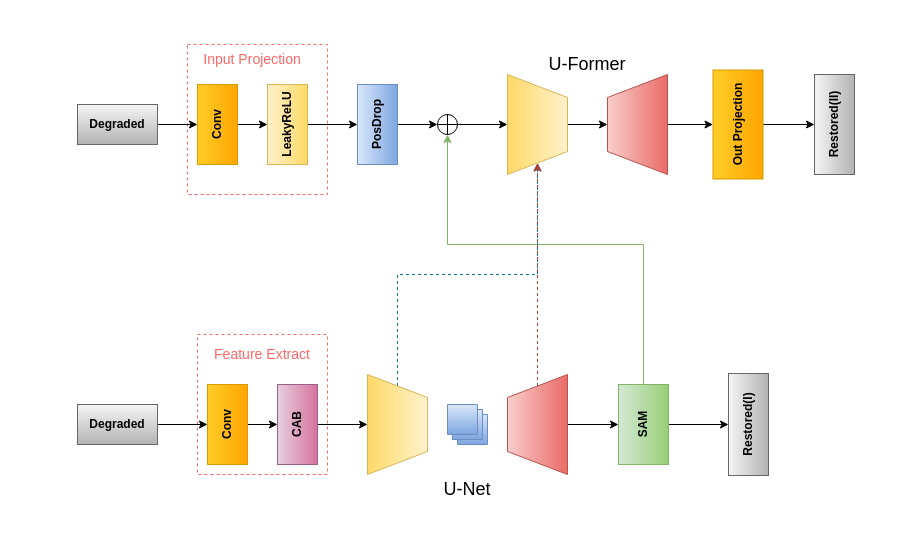
user815886724/CycleGan keeps this draw.io diagram as Untitled Diagram.drawio. Above is the earlier version. Source tidied: cells renumbered, new cells numbered last; positions are measured from the earlier drawing's top-left corner, leaving out a move shared by most shapes. Both pictures are drawn from the tidied source at 100%, with x=0, y=0 at pixel (77, 44).
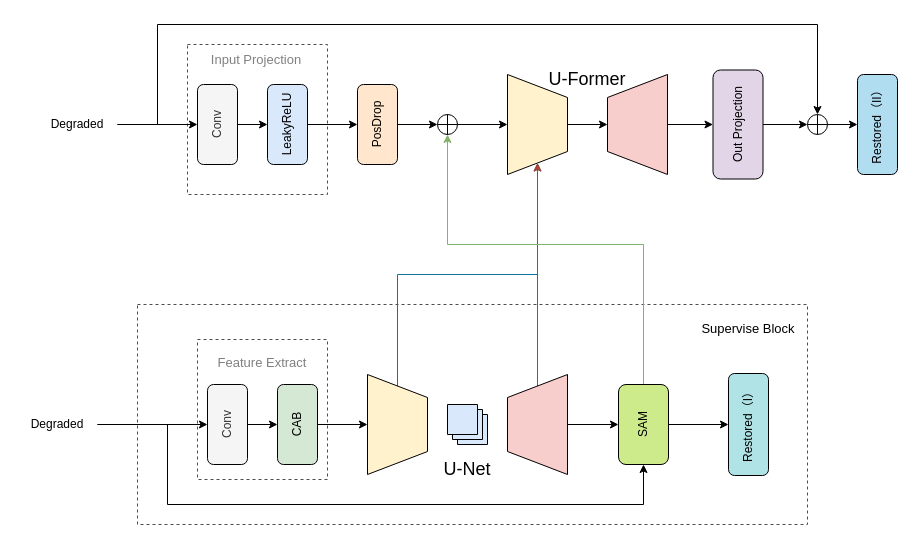
The same page after the edit.

What changed in the source:
```diff
@@
+    <mxCell id="41" value="&lt;pre style=&quot;background-color: rgb(255 , 255 , 255) ; font-family: &amp;quot;jetbrains mono&amp;quot; , monospace ; font-size: 10px&quot;&gt;&lt;br&gt;&lt;/pre&gt;" style="rounded=0;whiteSpace=wrap;html=1;verticalAlign=top;fillColor=none;align=left;dashed=1;strokeColor=#4D4D4D;fontColor=default;" parent="1" vertex="1">
+      <mxGeometry x="60" y="260" width="670" height="220" as="geometry" />
+    </mxCell>
-    <mxCell id="2" value="&lt;pre style=&quot;background-color: rgb(255 , 255 , 255) ; font-family: &amp;#34;jetbrains mono&amp;#34; , monospace ; font-size: 10px&quot;&gt;&lt;br&gt;&lt;/pre&gt;" style="rounded=0;whiteSpace=wrap;html=1;verticalAlign=top;fillColor=none;align=center;dashed=1;strokeColor=#FF6666;" parent="1" vertex="1">
+    <mxCell id="2" value="&lt;pre style=&quot;background-color: rgb(255 , 255 , 255) ; font-family: &amp;quot;jetbrains mono&amp;quot; , monospace ; font-size: 10px&quot;&gt;&lt;br&gt;&lt;/pre&gt;" style="rounded=0;whiteSpace=wrap;html=1;verticalAlign=top;fillColor=none;align=center;dashed=1;strokeColor=#4D4D4D;fontColor=default;" parent="1" vertex="1">
       <mxGeometry x="110" width="140" height="150" as="geometry" />
     </mxCell>
-    <mxCell id="3" value="&lt;pre style=&quot;background-color: rgb(255 , 255 , 255) ; font-family: &amp;#34;jetbrains mono&amp;#34; , monospace ; font-size: 10px&quot;&gt;&lt;br&gt;&lt;/pre&gt;" style="rounded=0;whiteSpace=wrap;html=1;verticalAlign=top;fillColor=none;align=center;dashed=1;strokeColor=#FF6666;" parent="1" vertex="1">
-      <mxGeometry x="120" y="290" width="130" height="140" as="geometry" />
+    <mxCell id="3" value="&lt;pre style=&quot;background-color: rgb(255 , 255 , 255) ; font-family: &amp;quot;jetbrains mono&amp;quot; , monospace ; font-size: 10px&quot;&gt;&lt;br&gt;&lt;/pre&gt;" style="rounded=0;whiteSpace=wrap;html=1;verticalAlign=top;fillColor=none;align=center;dashed=1;strokeColor=#4D4D4D;fontColor=#666666;" parent="1" vertex="1">
+      <mxGeometry x="120" y="295" width="130" height="140" as="geometry" />
     </mxCell>
@@
+    <mxCell id="42" style="edgeStyle=orthogonalEdgeStyle;rounded=0;jettySize=auto;html=1;exitX=1;exitY=0.5;exitDx=0;exitDy=0;entryX=0;entryY=0.5;entryDx=0;entryDy=0;labelBackgroundColor=default;fontSize=13;fontColor=default;strokeColor=default;" parent="1" edge="1" source="5" target="17">
+      <mxGeometry relative="1" as="geometry">
+        <Array as="points">
+          <mxPoint x="90" y="380" />
+          <mxPoint x="90" y="460" />
+          <mxPoint x="566" y="460" />
+        </Array>
+      </mxGeometry>
+    </mxCell>
-    <mxCell id="5" value="&lt;b&gt;Degraded&lt;/b&gt;" style="rounded=0;whiteSpace=wrap;html=1;gradientColor=#b3b3b3;fillColor=#f5f5f5;strokeColor=#666666;" parent="1" vertex="1">
-      <mxGeometry y="360" width="80" height="40" as="geometry" />
+    <mxCell id="5" value="Degraded" style="rounded=0;whiteSpace=wrap;html=1;fillColor=none;strokeColor=none;fontColor=default;" parent="1" vertex="1">
+      <mxGeometry x="-60" y="360" width="80" height="40" as="geometry" />
     </mxCell>
@@
-    <mxCell id="7" value="&lt;b&gt;Conv&lt;/b&gt;" style="rounded=0;whiteSpace=wrap;html=1;rotation=-90;verticalAlign=middle;gradientColor=#ffa500;fillColor=#ffcd28;strokeColor=#d79b00;" parent="1" vertex="1">
+    <mxCell id="7" value="Conv" style="rounded=1;whiteSpace=wrap;html=1;rotation=-90;verticalAlign=middle;fillColor=#f5f5f5;strokeColor=#000000;fontColor=#333333;" parent="1" vertex="1">
       <mxGeometry x="110" y="360" width="80" height="40" as="geometry" />
     </mxCell>
@@
-    <mxCell id="9" value="&lt;b&gt;CAB&lt;/b&gt;" style="rounded=0;whiteSpace=wrap;html=1;rotation=-90;verticalAlign=middle;gradientColor=#d5739d;fillColor=#e6d0de;strokeColor=#996185;" parent="1" vertex="1">
+    <mxCell id="9" value="CAB" style="rounded=1;whiteSpace=wrap;html=1;rotation=-90;verticalAlign=middle;fillColor=#d5e8d4;strokeColor=#000000;fontColor=default;" parent="1" vertex="1">
       <mxGeometry x="180" y="360" width="80" height="40" as="geometry" />
     </mxCell>
-    <mxCell id="10" style="edgeStyle=orthogonalEdgeStyle;rounded=0;jettySize=auto;html=1;exitX=1;exitY=0.5;exitDx=0;exitDy=0;fontColor=#FF170F;dashed=1;fillColor=#b1ddf0;strokeColor=#10739e;" parent="1" edge="1" source="11" target="23">
+    <mxCell id="10" style="edgeStyle=orthogonalEdgeStyle;rounded=0;jettySize=auto;html=1;exitX=1;exitY=0.5;exitDx=0;exitDy=0;fontColor=#FF170F;fillColor=#b1ddf0;strokeColor=#10739e;labelBackgroundColor=default;" parent="1" edge="1" source="11" target="23">
       <mxGeometry relative="1" as="geometry">
         <Array as="points">
           <mxPoint x="320" y="230" />
           <mxPoint x="460" y="230" />
         </Array>
       </mxGeometry>
     </mxCell>
-    <mxCell id="11" style="verticalLabelPosition=middle;verticalAlign=middle;html=1;shape=trapezoid;perimeter=trapezoidPerimeter;whiteSpace=wrap;size=0.23;arcSize=10;flipV=1;labelPosition=center;align=center;rotation=-90;gradientColor=#ffd966;fillColor=#fff2cc;strokeColor=#d6b656;" parent="1" vertex="1">
+    <mxCell id="11" style="verticalLabelPosition=middle;verticalAlign=middle;html=1;shape=trapezoid;perimeter=trapezoidPerimeter;whiteSpace=wrap;size=0.23;arcSize=10;flipV=1;labelPosition=center;align=center;rotation=-90;fillColor=#fff2cc;strokeColor=#000000;fontColor=default;" parent="1" vertex="1">
       <mxGeometry x="270" y="350" width="100" height="60" as="geometry" />
     </mxCell>
@@
-    <mxCell id="13" style="edgeStyle=orthogonalEdgeStyle;rounded=0;jettySize=auto;html=1;exitX=0;exitY=0.5;exitDx=0;exitDy=0;entryX=0;entryY=0.5;entryDx=0;entryDy=0;fontColor=#FF170F;dashed=1;fillColor=#fad9d5;strokeColor=#ae4132;" parent="1" edge="1" source="14" target="23">
+    <mxCell id="13" style="edgeStyle=orthogonalEdgeStyle;rounded=0;jettySize=auto;html=1;exitX=0;exitY=0.5;exitDx=0;exitDy=0;entryX=0;entryY=0.5;entryDx=0;entryDy=0;fontColor=#FF170F;fillColor=#fad9d5;strokeColor=#ae4132;labelBackgroundColor=default;" parent="1" edge="1" source="14" target="23">
       <mxGeometry relative="1" as="geometry" />
     </mxCell>
-    <mxCell id="14" style="verticalLabelPosition=middle;verticalAlign=middle;html=1;shape=trapezoid;perimeter=trapezoidPerimeter;whiteSpace=wrap;size=0.23;arcSize=10;flipV=1;labelPosition=center;align=center;rotation=90;gradientColor=#ea6b66;fillColor=#f8cecc;strokeColor=#b85450;" parent="1" vertex="1">
+    <mxCell id="14" style="verticalLabelPosition=middle;verticalAlign=middle;html=1;shape=trapezoid;perimeter=trapezoidPerimeter;whiteSpace=wrap;size=0.23;arcSize=10;flipV=1;labelPosition=center;align=center;rotation=90;fillColor=#f8cecc;strokeColor=#000000;fontColor=default;" parent="1" vertex="1">
       <mxGeometry x="410" y="350" width="100" height="60" as="geometry" />
     </mxCell>
@@
-    <mxCell id="17" value="&lt;b&gt;SAM&lt;/b&gt;" style="rounded=0;whiteSpace=wrap;html=1;rotation=-90;verticalAlign=middle;gradientColor=#97d077;fillColor=#d5e8d4;strokeColor=#82b366;" parent="1" vertex="1">
+    <mxCell id="17" value="SAM" style="rounded=1;whiteSpace=wrap;html=1;rotation=-90;verticalAlign=middle;fillColor=#cdeb8b;strokeColor=#000000;fontColor=default;" parent="1" vertex="1">
       <mxGeometry x="526" y="355" width="80" height="50" as="geometry" />
     </mxCell>
-    <mxCell id="18" value="&lt;b&gt;Restored(I)&lt;/b&gt;" style="rounded=0;whiteSpace=wrap;html=1;rotation=-90;verticalAlign=middle;gradientColor=#b3b3b3;fillColor=#f5f5f5;strokeColor=#666666;" parent="1" vertex="1">
+    <mxCell id="18" value="Restored（I）" style="rounded=1;whiteSpace=wrap;html=1;rotation=-90;verticalAlign=middle;fillColor=#b0e3e6;strokeColor=#000000;fontColor=default;" parent="1" vertex="1">
       <mxGeometry x="620" y="360" width="102" height="40" as="geometry" />
     </mxCell>
-    <mxCell id="19" style="verticalLabelPosition=bottom;verticalAlign=top;html=1;shape=mxgraph.basic.layered_rect;dx=10;gradientColor=#7ea6e0;fillColor=#dae8fc;strokeColor=#6c8ebf;" parent="1" vertex="1">
+    <mxCell id="19" style="verticalLabelPosition=bottom;verticalAlign=top;html=1;shape=mxgraph.basic.layered_rect;dx=10;fillColor=#dae8fc;strokeColor=#000000;fontColor=default;" parent="1" vertex="1">
       <mxGeometry x="370" y="360" width="40" height="40" as="geometry" />
     </mxCell>
-    <mxCell id="20" value="&lt;h2&gt;&lt;span style=&quot;font-weight: normal&quot;&gt;U-Net&lt;/span&gt;&lt;/h2&gt;" style="text;html=1;strokeColor=none;fillColor=none;align=center;verticalAlign=middle;whiteSpace=wrap;rounded=0;" parent="1" vertex="1">
-      <mxGeometry x="340" y="430" width="100" height="30" as="geometry" />
+    <mxCell id="20" value="&lt;h2&gt;&lt;span style=&quot;font-weight: normal&quot;&gt;U-Net&lt;/span&gt;&lt;/h2&gt;" style="text;html=1;strokeColor=none;fillColor=none;align=center;verticalAlign=middle;whiteSpace=wrap;rounded=0;fontColor=default;" parent="1" vertex="1">
+      <mxGeometry x="340" y="410" width="100" height="30" as="geometry" />
     </mxCell>
-    <mxCell id="21" value="&lt;h3&gt;&lt;span style=&quot;font-weight: normal&quot;&gt;&lt;font color=&quot;#ff6666&quot;&gt;Feature Extract&lt;/font&gt;&lt;/span&gt;&lt;/h3&gt;" style="text;html=1;strokeColor=none;fillColor=none;align=center;verticalAlign=middle;whiteSpace=wrap;rounded=0;fontColor=#FF170F;" parent="1" vertex="1">
-      <mxGeometry x="120" y="300" width="130" height="20" as="geometry" />
+    <mxCell id="21" value="&lt;h3&gt;&lt;font color=&quot;#808080&quot; style=&quot;font-weight: normal ; font-size: 13px&quot;&gt;Feature Extract&lt;/font&gt;&lt;/h3&gt;" style="text;html=1;strokeColor=none;fillColor=none;align=center;verticalAlign=middle;whiteSpace=wrap;rounded=0;fontColor=#FF170F;" parent="1" vertex="1">
+      <mxGeometry x="120" y="308" width="130" height="20" as="geometry" />
     </mxCell>
@@
-    <mxCell id="23" style="verticalLabelPosition=middle;verticalAlign=middle;html=1;shape=trapezoid;perimeter=trapezoidPerimeter;whiteSpace=wrap;size=0.23;arcSize=10;flipV=1;labelPosition=center;align=center;rotation=-90;gradientColor=#ffd966;fillColor=#fff2cc;strokeColor=#d6b656;" parent="1" vertex="1">
+    <mxCell id="23" style="verticalLabelPosition=middle;verticalAlign=middle;html=1;shape=trapezoid;perimeter=trapezoidPerimeter;whiteSpace=wrap;size=0.23;arcSize=10;flipV=1;labelPosition=center;align=center;rotation=-90;fillColor=#fff2cc;strokeColor=#000000;fontColor=default;" parent="1" vertex="1">
       <mxGeometry x="410" y="50" width="100" height="60" as="geometry" />
     </mxCell>
@@
-    <mxCell id="25" style="verticalLabelPosition=middle;verticalAlign=middle;html=1;shape=trapezoid;perimeter=trapezoidPerimeter;whiteSpace=wrap;size=0.23;arcSize=10;flipV=1;labelPosition=center;align=center;rotation=90;gradientColor=#ea6b66;fillColor=#f8cecc;strokeColor=#b85450;" parent="1" vertex="1">
+    <mxCell id="25" style="verticalLabelPosition=middle;verticalAlign=middle;html=1;shape=trapezoid;perimeter=trapezoidPerimeter;whiteSpace=wrap;size=0.23;arcSize=10;flipV=1;labelPosition=center;align=center;rotation=90;fillColor=#f8cecc;strokeColor=#000000;fontColor=default;" parent="1" vertex="1">
       <mxGeometry x="510" y="50" width="100" height="60" as="geometry" />
     </mxCell>
-    <mxCell id="26" value="&lt;h2&gt;&lt;span style=&quot;font-weight: normal&quot;&gt;U-Former&lt;/span&gt;&lt;/h2&gt;" style="text;html=1;strokeColor=none;fillColor=none;align=center;verticalAlign=middle;whiteSpace=wrap;rounded=0;" parent="1" vertex="1">
-      <mxGeometry x="460" y="5" width="100" height="30" as="geometry" />
+    <mxCell id="26" value="&lt;h2&gt;&lt;span style=&quot;font-weight: normal&quot;&gt;U-Former&lt;/span&gt;&lt;/h2&gt;" style="text;html=1;strokeColor=none;fillColor=none;align=center;verticalAlign=middle;whiteSpace=wrap;rounded=0;fontColor=default;" parent="1" vertex="1">
+      <mxGeometry x="460" y="20" width="100" height="30" as="geometry" />
     </mxCell>
-    <mxCell id="27" style="edgeStyle=orthogonalEdgeStyle;rounded=0;jettySize=auto;html=1;fontColor=#FF170F;" parent="1" edge="1" source="28" target="30">
+    <mxCell id="27" style="edgeStyle=orthogonalEdgeStyle;rounded=0;jettySize=auto;html=1;fontColor=#FF170F;strokeColor=default;labelBackgroundColor=default;" parent="1" edge="1" source="28" target="30">
       <mxGeometry relative="1" as="geometry" />
     </mxCell>
+    <mxCell id="43" style="edgeStyle=orthogonalEdgeStyle;rounded=0;jettySize=auto;html=1;exitX=1;exitY=0.5;exitDx=0;exitDy=0;entryX=0.5;entryY=0;entryDx=0;entryDy=0;labelBackgroundColor=default;fontSize=13;fontColor=default;strokeColor=default;" parent="1" edge="1" target="46">
+      <mxGeometry relative="1" as="geometry">
+        <mxPoint x="40" y="80" as="sourcePoint" />
+        <Array as="points">
+          <mxPoint x="80" y="80" />
+          <mxPoint x="80" y="-20" />
+          <mxPoint x="740" y="-20" />
+        </Array>
+      </mxGeometry>
+    </mxCell>
-    <mxCell id="28" value="&lt;b&gt;Degraded&lt;/b&gt;" style="rounded=0;whiteSpace=wrap;html=1;gradientColor=#b3b3b3;fillColor=#f5f5f5;strokeColor=#666666;" parent="1" vertex="1">
-      <mxGeometry y="60" width="80" height="40" as="geometry" />
+    <mxCell id="28" value="Degraded" style="rounded=0;whiteSpace=wrap;html=1;fillColor=none;strokeColor=none;fontColor=default;" parent="1" vertex="1">
+      <mxGeometry x="-40" y="60" width="80" height="40" as="geometry" />
     </mxCell>
@@
-    <mxCell id="30" value="&lt;b&gt;Conv&lt;/b&gt;" style="rounded=0;whiteSpace=wrap;html=1;rotation=-90;verticalAlign=middle;gradientColor=#ffa500;fillColor=#ffcd28;strokeColor=#d79b00;" parent="1" vertex="1">
+    <mxCell id="30" value="Conv" style="rounded=1;whiteSpace=wrap;html=1;rotation=-90;verticalAlign=middle;fillColor=#f5f5f5;strokeColor=#000000;fontColor=#333333;" parent="1" vertex="1">
       <mxGeometry x="100" y="60" width="80" height="40" as="geometry" />
     </mxCell>
@@
-    <mxCell id="32" value="&lt;b&gt;LeakyReLU&lt;/b&gt;" style="rounded=0;whiteSpace=wrap;html=1;rotation=-90;verticalAlign=middle;gradientColor=#ffd966;fillColor=#fff2cc;strokeColor=#d6b656;" parent="1" vertex="1">
+    <mxCell id="32" value="LeakyReLU" style="rounded=1;whiteSpace=wrap;html=1;rotation=-90;verticalAlign=middle;fillColor=#dae8fc;strokeColor=#000000;fontColor=default;" parent="1" vertex="1">
       <mxGeometry x="170" y="60" width="80" height="40" as="geometry" />
     </mxCell>
@@
-    <mxCell id="34" value="&lt;b&gt;PosDrop&lt;/b&gt;" style="rounded=0;whiteSpace=wrap;html=1;rotation=-90;verticalAlign=middle;gradientColor=#7ea6e0;fillColor=#dae8fc;strokeColor=#6c8ebf;" parent="1" vertex="1">
+    <mxCell id="34" value="PosDrop" style="rounded=1;whiteSpace=wrap;html=1;rotation=-90;verticalAlign=middle;fillColor=#ffe6cc;strokeColor=#000000;fontColor=default;" parent="1" vertex="1">
       <mxGeometry x="260" y="60" width="80" height="40" as="geometry" />
     </mxCell>
-    <mxCell id="35" value="&lt;h3&gt;&lt;span style=&quot;font-weight: normal&quot;&gt;&lt;font color=&quot;#ff6666&quot;&gt;Input Projection&lt;/font&gt;&lt;/span&gt;&lt;/h3&gt;" style="text;html=1;strokeColor=none;fillColor=none;align=center;verticalAlign=middle;whiteSpace=wrap;rounded=0;fontColor=#FF170F;" parent="1" vertex="1">
-      <mxGeometry x="110" y="5" width="130" height="20" as="geometry" />
+    <mxCell id="35" value="&lt;h3&gt;&lt;span style=&quot;font-weight: normal&quot;&gt;&lt;font color=&quot;#808080&quot; style=&quot;font-size: 13px&quot;&gt;Input Projection&lt;/font&gt;&lt;/span&gt;&lt;/h3&gt;" style="text;html=1;strokeColor=none;fillColor=none;align=center;verticalAlign=middle;whiteSpace=wrap;rounded=0;fontColor=#FF170F;" parent="1" vertex="1">
+      <mxGeometry x="114" y="5" width="130" height="20" as="geometry" />
     </mxCell>
@@
-    <mxCell id="37" style="shape=orEllipse;perimeter=ellipsePerimeter;whiteSpace=wrap;html=1;backgroundOutline=1;fontColor=#FF170F;strokeColor=#000000;align=center;verticalAlign=top;" parent="1" vertex="1">
+    <mxCell id="37" style="shape=orEllipse;perimeter=ellipsePerimeter;whiteSpace=wrap;html=1;backgroundOutline=1;fontColor=#FF170F;strokeColor=#000000;align=center;verticalAlign=top;fillColor=default;" parent="1" vertex="1">
       <mxGeometry x="360" y="70" width="20" height="20" as="geometry" />
     </mxCell>
-    <mxCell id="38" value="&lt;b&gt;Restored(II)&lt;/b&gt;" style="rounded=0;whiteSpace=wrap;html=1;rotation=-90;verticalAlign=middle;gradientColor=#b3b3b3;fillColor=#f5f5f5;strokeColor=#666666;" parent="1" vertex="1">
-      <mxGeometry x="707" y="60" width="100" height="40" as="geometry" />
+    <mxCell id="38" value="Restored（II）" style="rounded=1;whiteSpace=wrap;html=1;rotation=-90;verticalAlign=middle;fillColor=#b1ddf0;strokeColor=default;fontColor=default;labelBackgroundColor=none;" parent="1" vertex="1">
+      <mxGeometry x="750" y="60" width="100" height="40" as="geometry" />
     </mxCell>
-    <mxCell id="39" style="edgeStyle=orthogonalEdgeStyle;rounded=0;jettySize=auto;html=1;exitX=0.5;exitY=1;exitDx=0;exitDy=0;entryX=0.5;entryY=0;entryDx=0;entryDy=0;fontColor=#FF170F;" parent="1" edge="1" source="40" target="38">
-      <mxGeometry relative="1" as="geometry" />
-    </mxCell>
+    <mxCell id="44" style="edgeStyle=orthogonalEdgeStyle;rounded=0;jettySize=auto;html=1;exitX=0.5;exitY=1;exitDx=0;exitDy=0;entryX=0;entryY=0.5;entryDx=0;entryDy=0;labelBackgroundColor=default;fontSize=13;fontColor=default;strokeColor=default;" parent="1" edge="1" source="40" target="46">
+      <mxGeometry relative="1" as="geometry" />
+    </mxCell>
-    <mxCell id="40" value="&lt;b&gt;Out Projection&lt;/b&gt;" style="rounded=0;whiteSpace=wrap;html=1;rotation=-90;verticalAlign=middle;gradientColor=#ffa500;fillColor=#ffcd28;strokeColor=#d79b00;" parent="1" vertex="1">
+    <mxCell id="40" value="Out Projection" style="rounded=1;whiteSpace=wrap;html=1;rotation=-90;verticalAlign=middle;fillColor=#e1d5e7;strokeColor=#000000;fontColor=default;" parent="1" vertex="1">
       <mxGeometry x="606" y="55" width="109" height="50" as="geometry" />
     </mxCell>
+    <mxCell id="45" style="edgeStyle=orthogonalEdgeStyle;rounded=0;jettySize=auto;html=1;exitX=1;exitY=0.5;exitDx=0;exitDy=0;labelBackgroundColor=default;fontSize=13;fontColor=default;strokeColor=default;" parent="1" edge="1" source="46" target="38">
+      <mxGeometry relative="1" as="geometry" />
+    </mxCell>
+    <mxCell id="46" style="shape=orEllipse;perimeter=ellipsePerimeter;whiteSpace=wrap;html=1;backgroundOutline=1;fontColor=default;strokeColor=default;align=center;verticalAlign=top;fillColor=default;labelBackgroundColor=default;" parent="1" vertex="1">
+      <mxGeometry x="730" y="70" width="20" height="20" as="geometry" />
+    </mxCell>
+    <mxCell id="47" value="Supervise Block" style="text;html=1;strokeColor=none;fillColor=none;align=center;verticalAlign=middle;whiteSpace=wrap;rounded=0;labelBackgroundColor=none;fontSize=13;fontColor=default;" parent="1" vertex="1">
+      <mxGeometry x="611" y="273" width="120" height="22" as="geometry" />
+    </mxCell>
```
